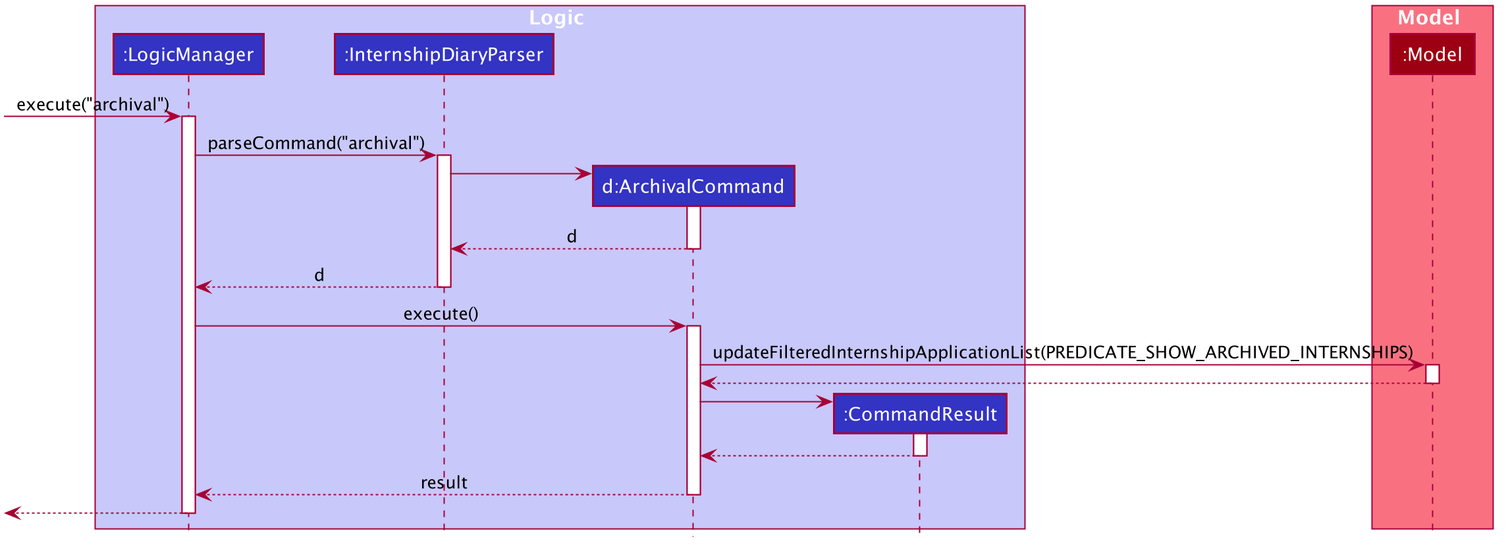
The PlantUML diagram images/ArchivalSequenceDiagram.png in AY1920S2-CS2103T-F10-2/main, before a commit. Source of this version:
```plantuml
@startuml








skinparam BackgroundColor #FFFFFFF

skinparam Shadowing false

skinparam Class {
    FontColor #FFFFFF
    BorderThickness 1
    BorderColor #FFFFFF
    StereotypeFontColor #FFFFFF
    FontName Arial
}

skinparam Actor {
    BorderColor #000000
    Color #000000
    FontName Arial
}

skinparam Sequence {
    MessageAlign center
    BoxFontSize 15
    BoxPadding 0
    BoxFontColor #FFFFFF
    FontName Arial
}

skinparam Participant {
    FontColor #FFFFFFF
    Padding 20
}

skinparam MinClassWidth 50
skinparam ParticipantPadding 10
skinparam Shadowing false
skinparam DefaultTextAlignment center
skinparam packageStyle Rectangle

hide footbox
hide members
hide circle

box Logic #C8C8FA
participant ":LogicManager" as LogicManager #3333C4
participant ":InternshipDiaryParser" as InternshipDiaryParser #3333C4
participant "d:ArchivalCommand" as ArchivalCommand #3333C4
participant ":CommandResult" as CommandResult #3333C4
end box

box Model #F97181
participant ":Model" as Model #9D0012
end box

[-> LogicManager : execute("archival")
activate LogicManager

LogicManager -> InternshipDiaryParser : parseCommand("archival")
activate InternshipDiaryParser

create ArchivalCommand
InternshipDiaryParser -> ArchivalCommand
activate ArchivalCommand

ArchivalCommand --> InternshipDiaryParser : d
deactivate ArchivalCommand

InternshipDiaryParser --> LogicManager : d
deactivate InternshipDiaryParser

LogicManager -> ArchivalCommand : execute()
activate ArchivalCommand

ArchivalCommand -> Model : updateFilteredInternshipApplicationList(PREDICATE_SHOW_ARCHIVED_INTERNSHIPS)
activate Model

Model --> ArchivalCommand
deactivate Model

create CommandResult
ArchivalCommand -> CommandResult
activate CommandResult

CommandResult --> ArchivalCommand
deactivate CommandResult

ArchivalCommand --> LogicManager : result
deactivate ArchivalCommand

[<--LogicManager
deactivate LogicManager
@enduml
```
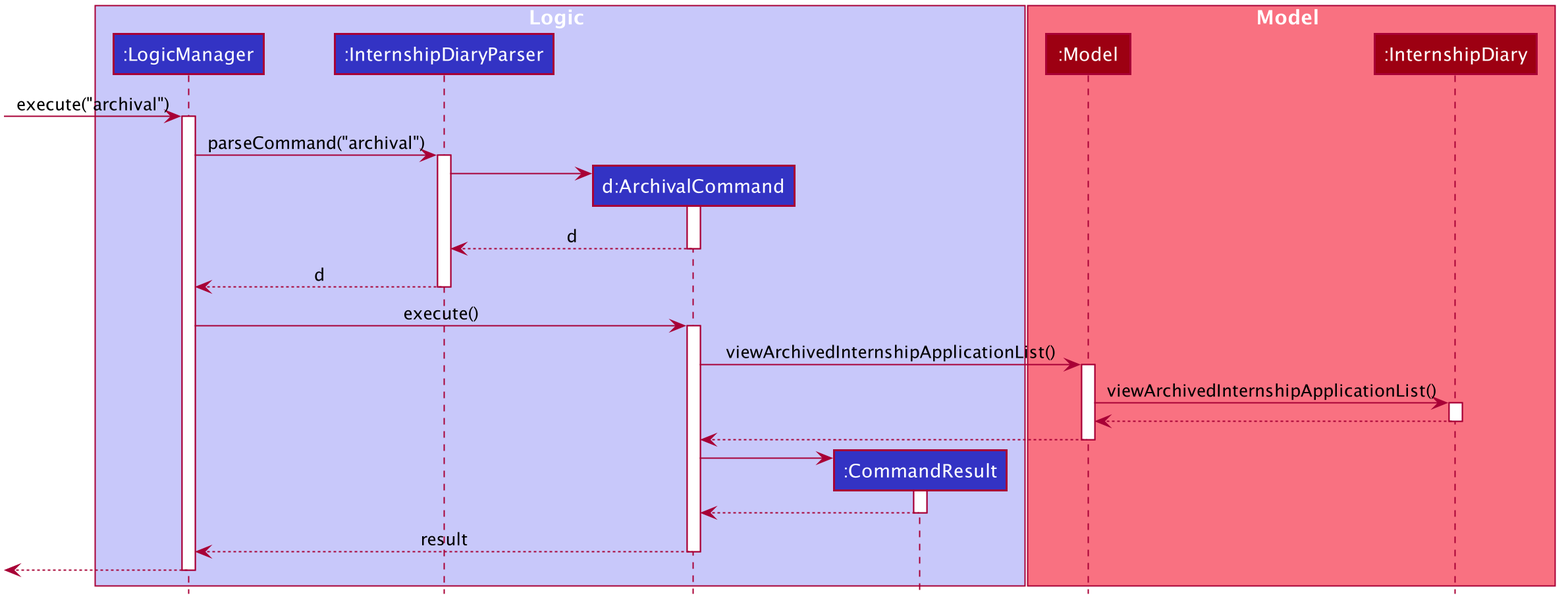
Above is the later version.

Diff of the diagram source:
```diff
@@ -1,4 +1,5 @@
 @startuml
+
 
 
 
@@ -57,6 +58,7 @@
 
 box Model #F97181
 participant ":Model" as Model #9D0012
+participant ":InternshipDiary" as InternshipDiary #9D0012
 end box
 
 [-> LogicManager : execute("archival")
@@ -78,8 +80,14 @@
 LogicManager -> ArchivalCommand : execute()
 activate ArchivalCommand
 
-ArchivalCommand -> Model : updateFilteredInternshipApplicationList(PREDICATE_SHOW_ARCHIVED_INTERNSHIPS)
+ArchivalCommand -> Model : viewArchivedInternshipApplicationList()
 activate Model
+
+Model -> InternshipDiary : viewArchivedInternshipApplicationList()
+activate InternshipDiary
+
+InternshipDiary --> Model
+deactivate InternshipDiary
 
 Model --> ArchivalCommand
 deactivate Model
```
